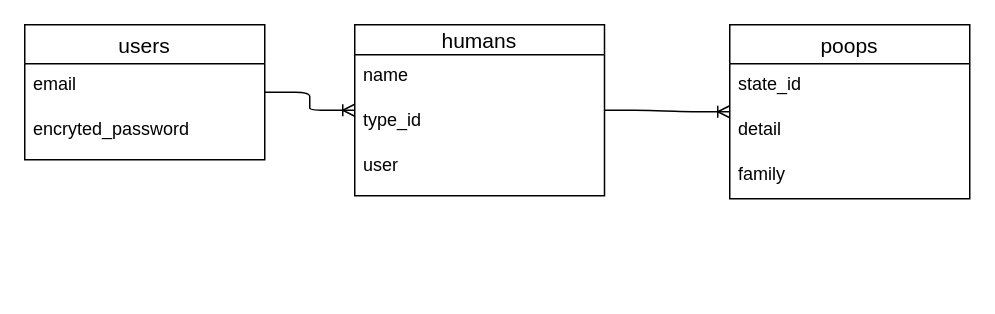
This is unko.dio from iggy0722/unkoapp, a draw.io file, before an edit. Source tidied: cells renumbered, new cells numbered last; positions are measured from the earlier drawing's top-left corner, leaving out a move shared by most shapes. Both pictures are drawn from the tidied source at 150%, with x=0, y=0 at pixel (24, 24).
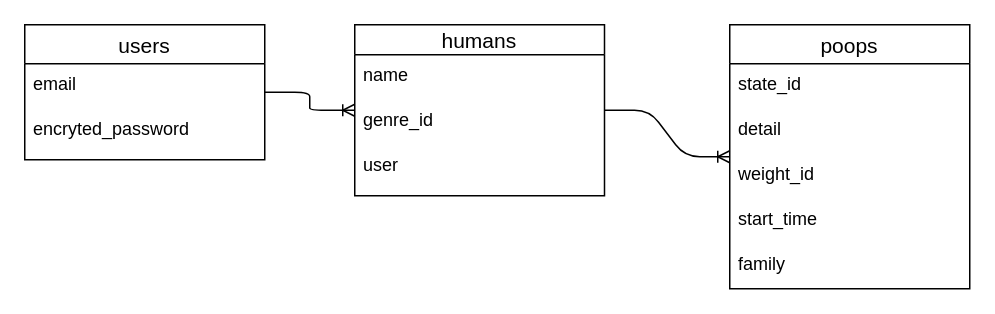
Above is the later version.

What changed in the source:
```diff
@@
 <mxGraphModel>
   <root>
     <mxCell id="0" />
     <mxCell id="1" parent="0" />
     <mxCell id="2" value="users" style="swimlane;fontStyle=0;horizontal=1;startSize=26;align=center;fontSize=14;" parent="1" vertex="1">
       <mxGeometry width="160" height="90" as="geometry" />
     </mxCell>
     <mxCell id="3" value="email" style="text;strokeColor=none;fillColor=none;spacingLeft=4;spacingRight=4;overflow=hidden;fontSize=12;" parent="2" vertex="1">
       <mxGeometry y="26" width="160" height="30" as="geometry" />
     </mxCell>
     <mxCell id="4" value="encryted_password" style="text;strokeColor=none;fillColor=none;spacingLeft=4;spacingRight=4;overflow=hidden;fontSize=12;" parent="2" vertex="1">
       <mxGeometry y="56" width="160" height="34" as="geometry" />
     </mxCell>
     <mxCell id="5" value="humans" style="swimlane;fontStyle=0;horizontal=1;startSize=20;align=center;fontSize=14;" parent="1" vertex="1">
       <mxGeometry x="220" width="166.5" height="114" as="geometry" />
     </mxCell>
     <mxCell id="6" value="name" style="text;strokeColor=none;fillColor=none;spacingLeft=4;spacingRight=4;overflow=hidden;fontSize=12;" parent="5" vertex="1">
       <mxGeometry y="20" width="166.5" height="30" as="geometry" />
     </mxCell>
-    <mxCell id="7" value="type_id" style="text;strokeColor=none;fillColor=none;spacingLeft=4;spacingRight=4;overflow=hidden;fontSize=12;" parent="5" vertex="1">
+    <mxCell id="7" value="genre_id" style="text;strokeColor=none;fillColor=none;spacingLeft=4;spacingRight=4;overflow=hidden;fontSize=12;" parent="5" vertex="1">
       <mxGeometry y="50" width="166.5" height="30" as="geometry" />
     </mxCell>
     <mxCell id="8" value="user" style="text;strokeColor=none;fillColor=none;spacingLeft=4;spacingRight=4;overflow=hidden;fontSize=12;" parent="5" vertex="1">
       <mxGeometry y="80" width="166.5" height="34" as="geometry" />
     </mxCell>
     <mxCell id="9" value="poops" style="swimlane;fontStyle=0;horizontal=1;startSize=26;align=center;fontSize=14;" parent="1" vertex="1">
-      <mxGeometry x="470" width="160" height="116" as="geometry" />
+      <mxGeometry x="470" width="160" height="176" as="geometry" />
     </mxCell>
     <mxCell id="10" value="state_id" style="text;strokeColor=none;fillColor=none;spacingLeft=4;spacingRight=4;overflow=hidden;fontSize=12;" parent="9" vertex="1">
       <mxGeometry y="26" width="160" height="30" as="geometry" />
     </mxCell>
     <mxCell id="11" value="detail" style="text;strokeColor=none;fillColor=none;spacingLeft=4;spacingRight=4;overflow=hidden;fontSize=12;" parent="9" vertex="1">
       <mxGeometry y="56" width="160" height="30" as="geometry" />
     </mxCell>
+    <mxCell id="15" value="weight_id" style="text;strokeColor=none;fillColor=none;spacingLeft=4;spacingRight=4;overflow=hidden;fontSize=12;" parent="9" vertex="1">
+      <mxGeometry y="86" width="160" height="30" as="geometry" />
+    </mxCell>
+    <mxCell id="16" value="start_time" style="text;strokeColor=none;fillColor=none;spacingLeft=4;spacingRight=4;overflow=hidden;fontSize=12;" parent="9" vertex="1">
+      <mxGeometry y="116" width="160" height="30" as="geometry" />
+    </mxCell>
     <mxCell id="12" value="family" style="text;strokeColor=none;fillColor=none;spacingLeft=4;spacingRight=4;overflow=hidden;fontSize=12;" parent="9" vertex="1">
-      <mxGeometry y="86" width="160" height="30" as="geometry" />
+      <mxGeometry y="146" width="160" height="30" as="geometry" />
     </mxCell>
     <mxCell id="13" style="edgeStyle=entityRelationEdgeStyle;fontSize=12;html=1;endArrow=ERoneToMany;" parent="1" edge="1" source="2" target="5">
       <mxGeometry relative="1" as="geometry" />
     </mxCell>
     <mxCell id="14" style="edgeStyle=entityRelationEdgeStyle;fontSize=12;html=1;endArrow=ERoneToMany;" parent="1" edge="1" source="5" target="9">
       <mxGeometry relative="1" as="geometry" />
     </mxCell>
   </root>
 </mxGraphModel>
```
